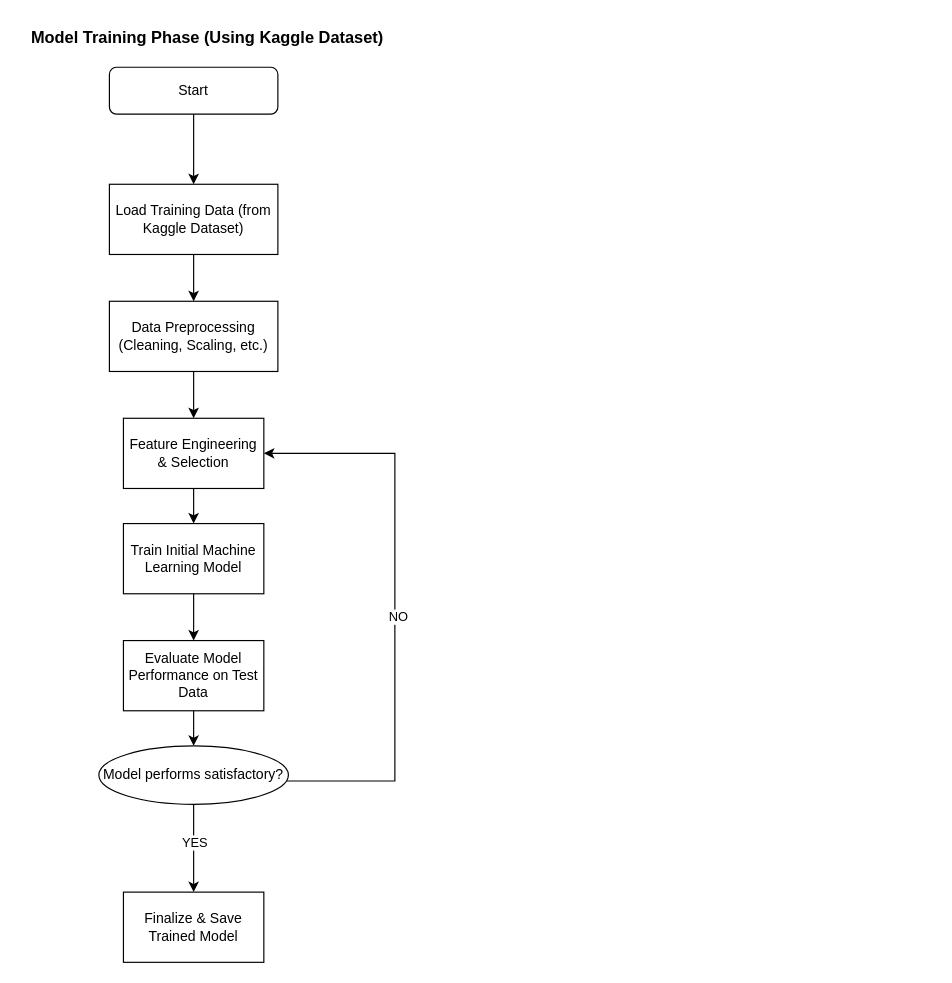
zsofiafeimann/datascience_project keeps this draw.io diagram as Mandatory Vehicle Insurance – Flowchart .drawio. Above is the earlier version. Source tidied: cells renumbered, new cells numbered last; positions are measured from the earlier drawing's top-left corner, leaving out a move shared by most shapes. Both pictures are drawn from the tidied source at 117%, with x=0, y=0 at pixel (20, 20).
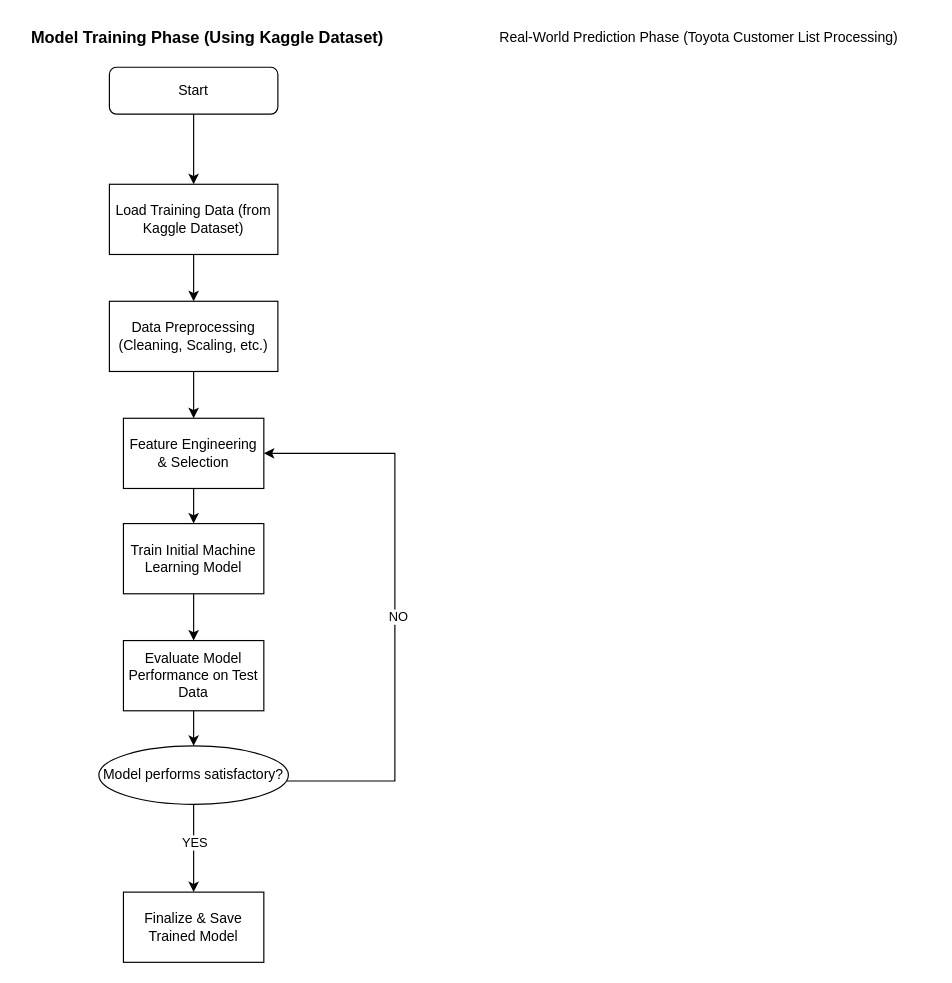
After the change.

Diff of the diagram source:
```diff
@@
+    <mxCell id="21" value="Real-World Prediction Phase (Toyota Customer List Processing)" style="text;html=1;align=center;verticalAlign=middle;whiteSpace=wrap;rounded=0;" parent="1" vertex="1">
+      <mxGeometry x="380" width="400" height="30" as="geometry" />
+    </mxCell>
```
